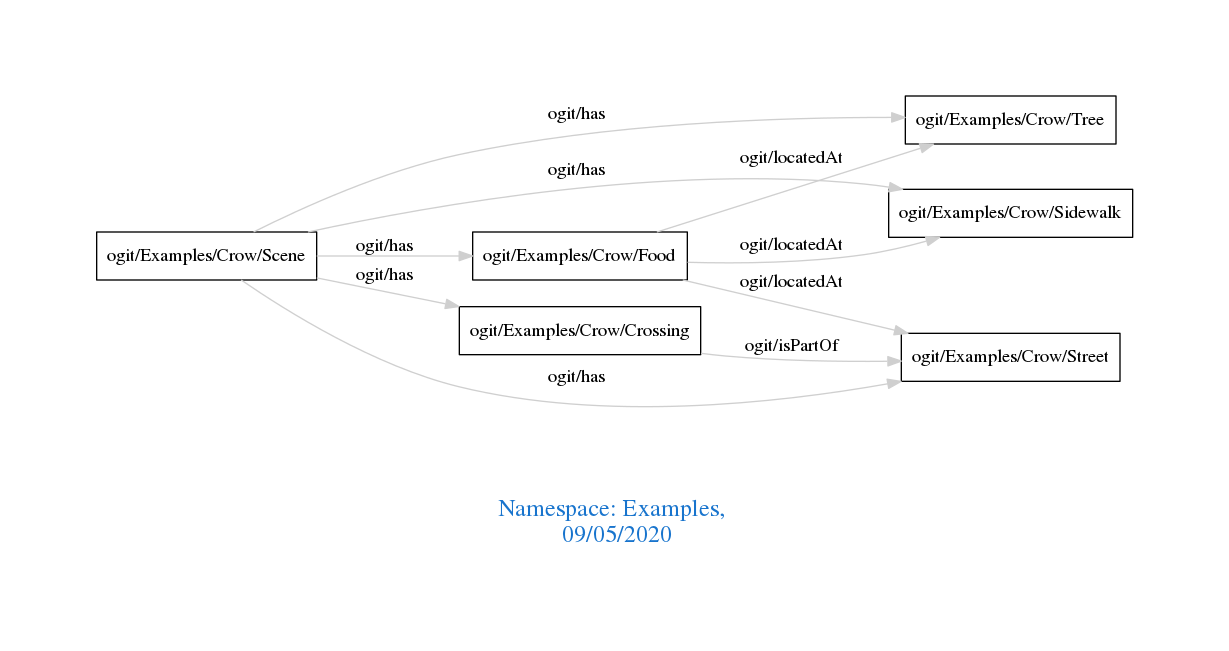
Before: downloads/Examples.png, a diagram exported from Graphviz (arago/OGIT). Its source is kept beside it as downloads/Examples.dot.
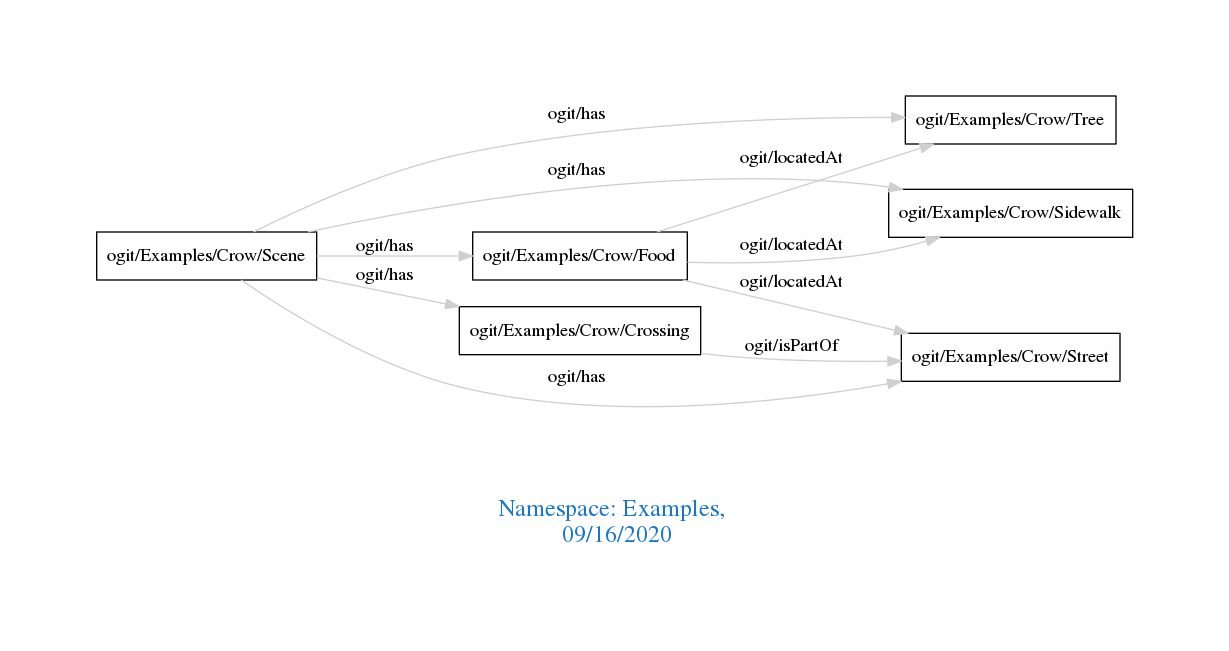
Above is the later version.

The edit, as a diff of the source:
```diff
@@ -1,7 +1,7 @@
 digraph OGIT_ontology {
  graph [ rankdir= LR,pad=1
 fontsize = 18,
-fontcolor= dodgerblue3,label = "\n\n\nNamespace: Examples, \n 09/05/2020"];
+fontcolor= dodgerblue3,label = "\n\n\nNamespace: Examples, \n 09/16/2020"];
 node[shape=polygon];
 edge [  color="gray81"];
 
```
